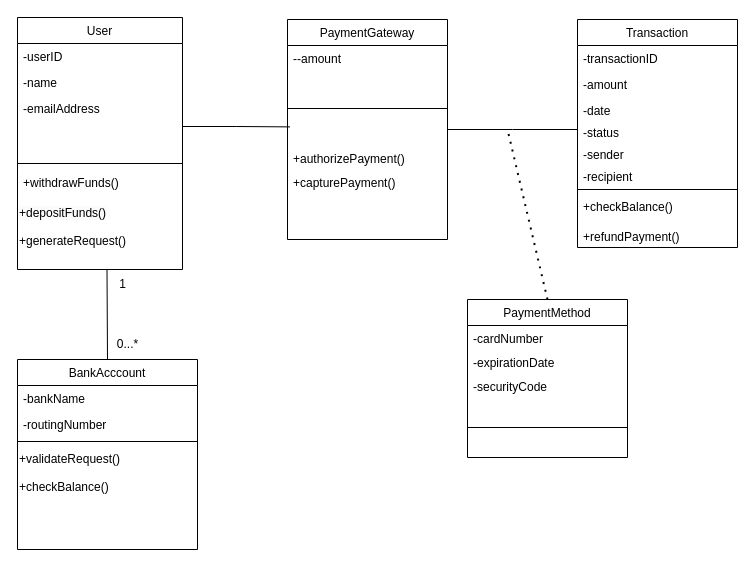
The draw.io diagram designclassdiagram.drawio in LordDdanielHan/test, before the edit. Source tidied: cells renumbered, new cells numbered last; positions are measured from the earlier drawing's top-left corner, leaving out a move shared by most shapes. Both pictures are drawn from the tidied source at 100%, with x=0, y=0 at pixel (17, 17).
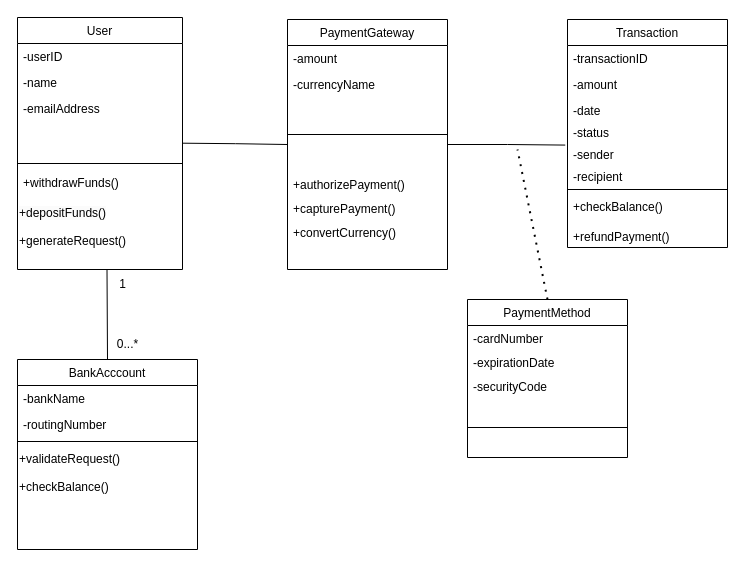
Above is the later version.

Unchanged cells that the change refers to:
```xml
<mxCell id="2" value="User" style="swimlane;fontStyle=0;align=center;verticalAlign=top;horizontal=1;startSize=26;rounded=0;shadow=0;strokeWidth=1;" parent="1" vertex="1">
  <mxGeometry width="165" height="252" as="geometry" />
</mxCell>
<mxCell id="6" value="-emailAddress&#10;" style="text;align=left;verticalAlign=top;spacingLeft=4;spacingRight=4;overflow=hidden;points=[[0,0.5],[1,0.5]];portConstraint=eastwest;rounded=0;shadow=0;html=0;" parent="2" vertex="1">
  <mxGeometry y="78" width="165" height="62" as="geometry" />
</mxCell>
<mxCell id="22" value="-sender" style="text;align=left;verticalAlign=top;spacingLeft=4;spacingRight=4;overflow=hidden;points=[[0,0.5],[1,0.5]];portConstraint=eastwest;rounded=0;shadow=0;html=0;" parent="17" vertex="1">
  <mxGeometry y="122" width="160" height="22" as="geometry" />
</mxCell>
<mxCell id="27" value="PaymentMethod" style="swimlane;fontStyle=0;align=center;verticalAlign=top;horizontal=1;startSize=26;rounded=0;shadow=0;strokeWidth=1;" parent="1" vertex="1">
  <mxGeometry x="450" y="282" width="160" height="158" as="geometry" />
</mxCell>
```

The edit, as a diff of the source:
```diff
@@
-    <mxCell id="5" style="edgeStyle=orthogonalEdgeStyle;rounded=0;jettySize=auto;html=1;exitX=1;exitY=0.5;exitDx=0;exitDy=0;endArrow=none;endFill=0;" parent="2" edge="1" source="6">
-      <mxGeometry relative="1" as="geometry">
-        <mxPoint x="272.5" y="109.4" as="targetPoint" />
-      </mxGeometry>
-    </mxCell>
@@
     <mxCell id="17" value="Transaction" style="swimlane;fontStyle=0;align=center;verticalAlign=top;horizontal=1;startSize=26;rounded=0;shadow=0;strokeWidth=1;" parent="1" vertex="1">
-      <mxGeometry x="560" y="2" width="160" height="228" as="geometry" />
+      <mxGeometry x="550" y="2" width="160" height="228" as="geometry" />
     </mxCell>
@@
-    <mxCell id="32" style="edgeStyle=orthogonalEdgeStyle;rounded=0;jettySize=auto;html=1;endArrow=none;endFill=0;" parent="1" edge="1" source="33">
-      <mxGeometry relative="1" as="geometry">
-        <mxPoint x="560" y="112" as="targetPoint" />
-      </mxGeometry>
-    </mxCell>
     <mxCell id="33" value="PaymentGateway" style="swimlane;fontStyle=0;align=center;verticalAlign=top;horizontal=1;startSize=26;rounded=0;shadow=0;strokeWidth=1;" parent="1" vertex="1">
-      <mxGeometry x="270" y="2" width="160" height="220" as="geometry" />
+      <mxGeometry x="270" y="2" width="160" height="250" as="geometry" />
     </mxCell>
-    <mxCell id="34" value="--amount" style="text;align=left;verticalAlign=top;spacingLeft=4;spacingRight=4;overflow=hidden;" parent="33" vertex="1">
+    <mxCell id="34" value="-amount" style="text;align=left;verticalAlign=top;spacingLeft=4;spacingRight=4;overflow=hidden;" parent="33" vertex="1">
       <mxGeometry y="26" width="160" height="26" as="geometry" />
     </mxCell>
+    <mxCell id="42" value="-currencyName" style="text;align=left;verticalAlign=top;spacingLeft=4;spacingRight=4;overflow=hidden;" parent="33" vertex="1">
+      <mxGeometry y="52" width="160" height="26" as="geometry" />
+    </mxCell>
     <mxCell id="35" style="line;html=1;strokeWidth=1;align=left;verticalAlign=middle;spacingTop=-1;spacingLeft=3;spacingRight=3;labelPosition=right;" parent="33" vertex="1">
-      <mxGeometry y="52" width="160" height="74" as="geometry" />
+      <mxGeometry y="78" width="160" height="74" as="geometry" />
     </mxCell>
     <mxCell id="36" value="+authorizePayment()" style="text;align=left;verticalAlign=top;spacingLeft=4;spacingRight=4;overflow=hidden;" parent="33" vertex="1">
-      <mxGeometry y="126" width="160" height="24" as="geometry" />
+      <mxGeometry y="152" width="160" height="24" as="geometry" />
     </mxCell>
     <mxCell id="37" value="+capturePayment()" style="text;align=left;verticalAlign=top;spacingLeft=4;spacingRight=4;overflow=hidden;" parent="33" vertex="1">
-      <mxGeometry y="150" width="160" height="24" as="geometry" />
+      <mxGeometry y="176" width="160" height="24" as="geometry" />
     </mxCell>
+    <mxCell id="43" value="+convertCurrency()" style="text;align=left;verticalAlign=top;spacingLeft=4;spacingRight=4;overflow=hidden;" parent="33" vertex="1">
+      <mxGeometry y="200" width="160" height="24" as="geometry" />
+    </mxCell>
     <mxCell id="38" style="endArrow=none;dashed=1;html=1;dashPattern=1 3;strokeWidth=2;rounded=0;exitX=0.5;exitY=0;exitDx=0;exitDy=0;" parent="1" edge="1" source="27">
       <mxGeometry relative="1" as="geometry">
-        <mxPoint x="490" y="112" as="targetPoint" />
+        <mxPoint x="500" y="132" as="targetPoint" />
       </mxGeometry>
     </mxCell>
@@
+    <mxCell id="5" style="edgeStyle=orthogonalEdgeStyle;rounded=0;jettySize=auto;html=1;exitX=1;exitY=0.5;exitDx=0;exitDy=0;endArrow=none;endFill=0;entryX=0;entryY=0.5;entryDx=0;entryDy=0;" parent="1" edge="1" target="33">
+      <mxGeometry relative="1" as="geometry">
+        <mxPoint x="165" y="125.7" as="sourcePoint" />
+      </mxGeometry>
+    </mxCell>
+    <mxCell id="44" style="edgeStyle=orthogonalEdgeStyle;rounded=0;jettySize=auto;html=1;exitX=1;exitY=0.5;exitDx=0;exitDy=0;entryX=-0.014;entryY=0.163;entryDx=0;entryDy=0;entryPerimeter=0;endArrow=none;endFill=0;" parent="1" edge="1" source="33" target="22">
+      <mxGeometry relative="1" as="geometry" />
+    </mxCell>
```
